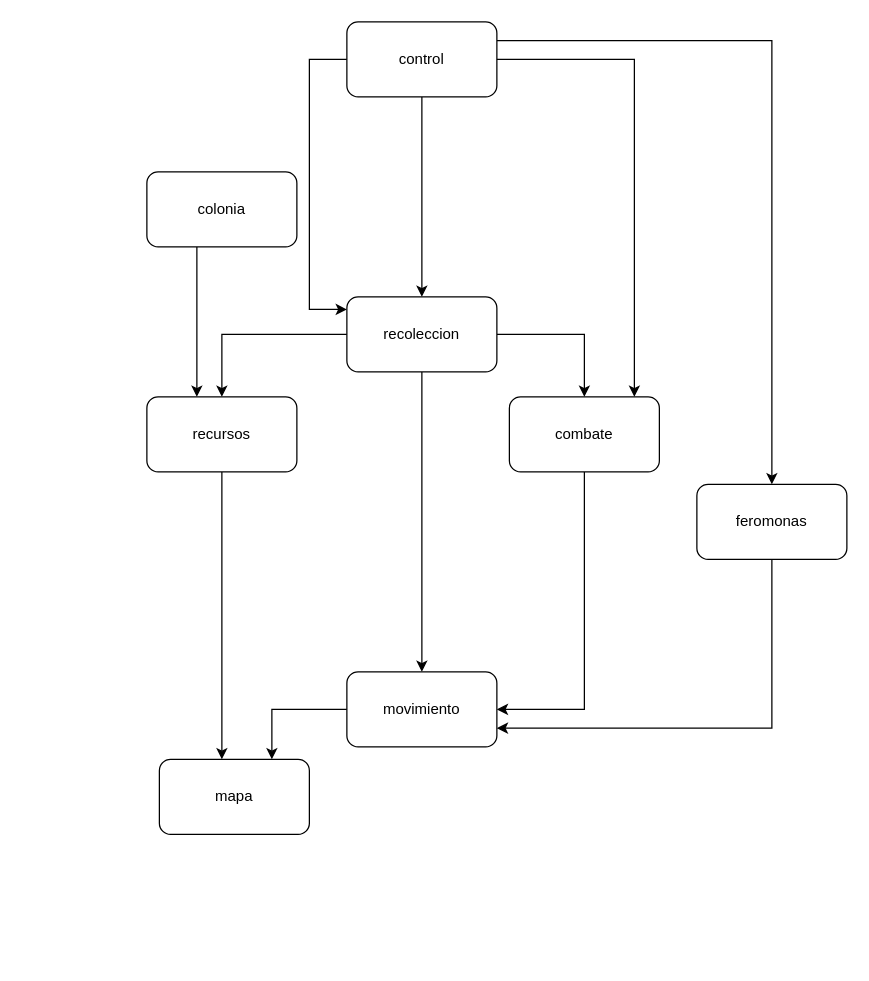
The draw.io diagram MainStructure.drawio in guildarfSoftware/Life-as-an-Ant, before the edit. Source tidied: cells renumbered, new cells numbered last; positions are measured from the earlier drawing's top-left corner, leaving out a move shared by most shapes. Both pictures are drawn from the tidied source at 125%, with x=0, y=0 at pixel (146, 21).
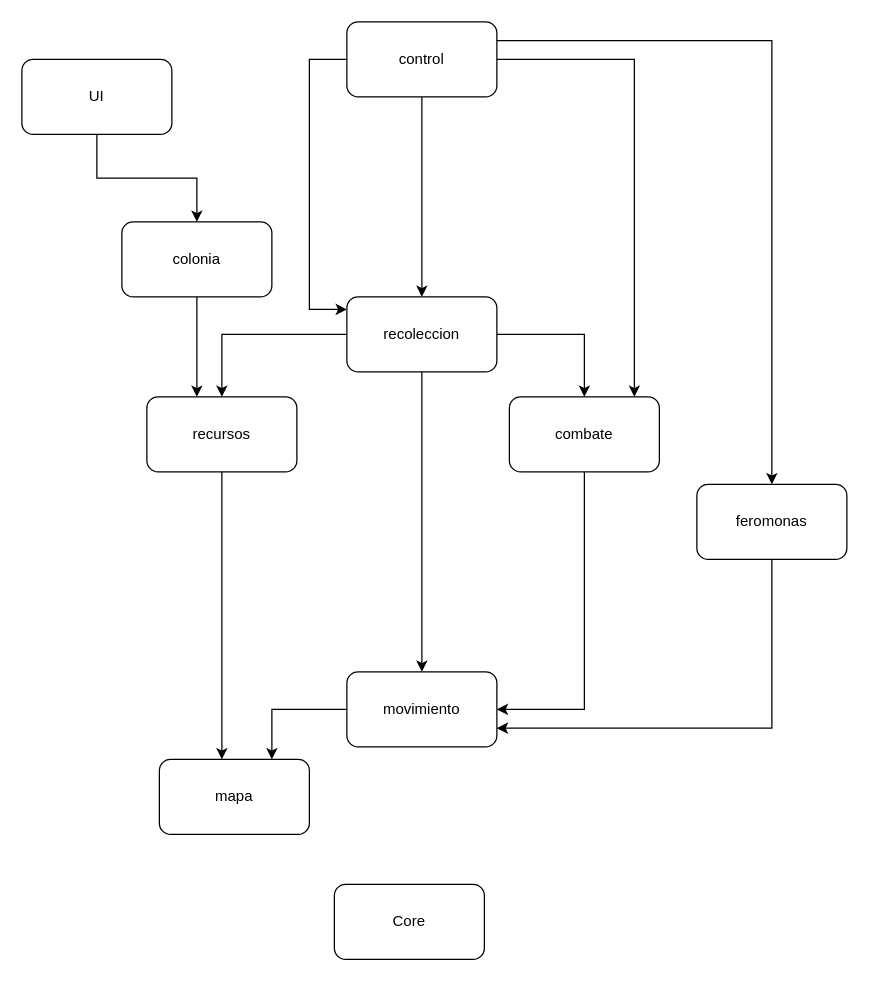
Above is the later version.

Unchanged cells that the change refers to:
```xml
<mxCell id="18" value="recursos" style="rounded=1;whiteSpace=wrap;html=1;" parent="1" vertex="1">
  <mxGeometry y="300" width="120" height="60" as="geometry" />
</mxCell>
```

The edit, as a diff of the source:
```diff
@@
     <mxCell id="14" style="edgeStyle=orthogonalEdgeStyle;rounded=0;jettySize=auto;html=1;" parent="1" edge="1" source="15" target="18">
       <mxGeometry relative="1" as="geometry">
         <Array as="points">
-          <mxPoint x="40" y="240" />
-          <mxPoint x="40" y="240" />
+          <mxPoint x="40" y="270" />
+          <mxPoint x="40" y="270" />
         </Array>
       </mxGeometry>
     </mxCell>
     <mxCell id="15" value="colonia" style="rounded=1;whiteSpace=wrap;html=1;" parent="1" vertex="1">
-      <mxGeometry y="120" width="120" height="60" as="geometry" />
+      <mxGeometry x="-20" y="160" width="120" height="60" as="geometry" />
     </mxCell>
@@
+    <mxCell id="22" style="edgeStyle=orthogonalEdgeStyle;rounded=0;jettySize=auto;html=1;entryX=0.5;entryY=0;entryDx=0;entryDy=0;" parent="1" edge="1" source="23" target="15">
+      <mxGeometry relative="1" as="geometry" />
+    </mxCell>
+    <mxCell id="23" value="UI" style="rounded=1;whiteSpace=wrap;html=1;" parent="1" vertex="1">
+      <mxGeometry x="-100" y="30" width="120" height="60" as="geometry" />
+    </mxCell>
+    <mxCell id="24" value="Core" style="rounded=1;whiteSpace=wrap;html=1;" parent="1" vertex="1">
+      <mxGeometry x="150" y="690" width="120" height="60" as="geometry" />
+    </mxCell>
```
